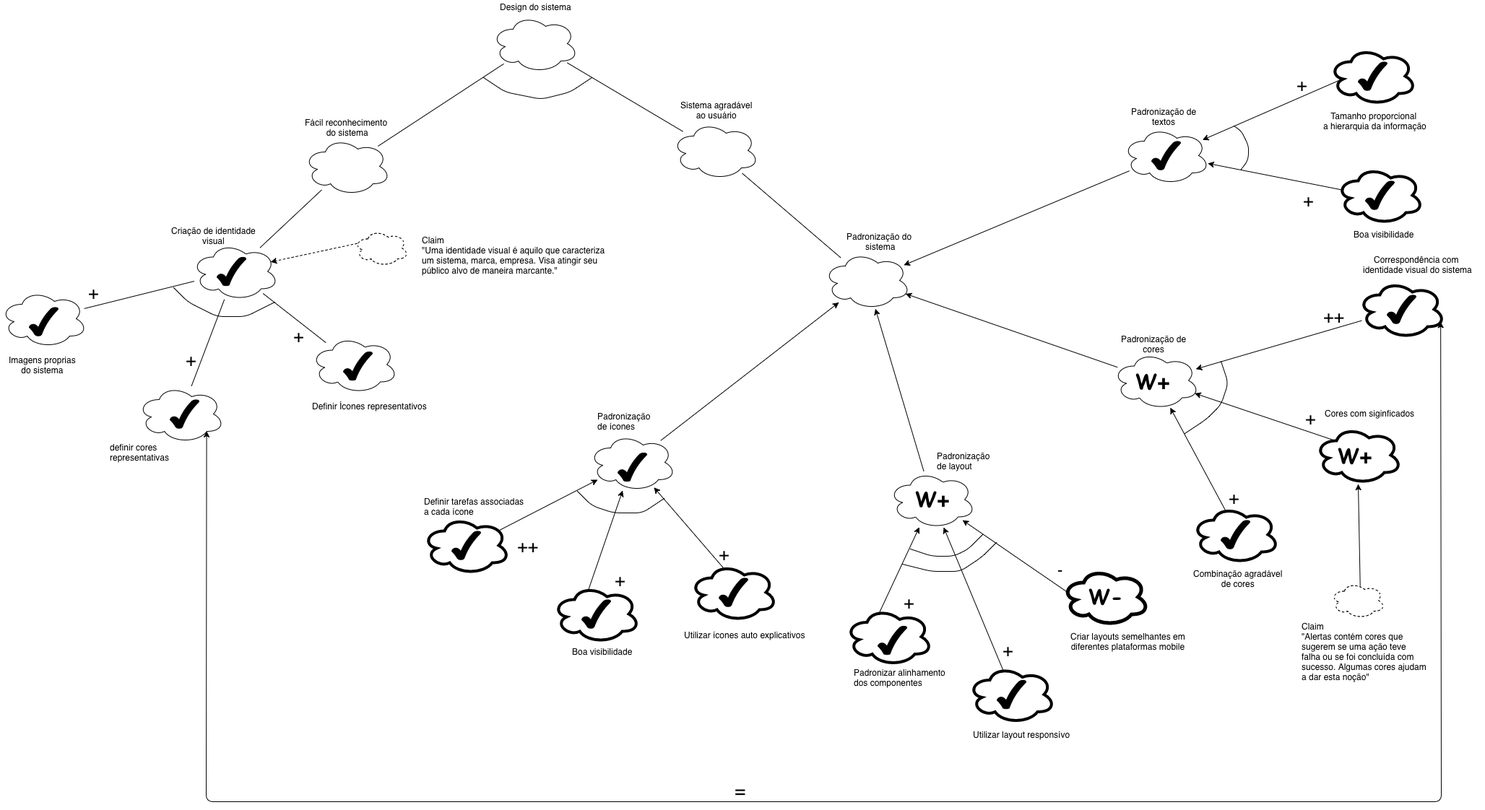
This is docs/img/nfr/nfr_design_v2.png from fga-disciplinas/2019.1-Guia-Bolso, a draw.io export, as it was before one commit. Source tidied: cells renumbered, new cells last; positions are measured from the earlier drawing's top-left corner, leaving out a move shared by most shapes.
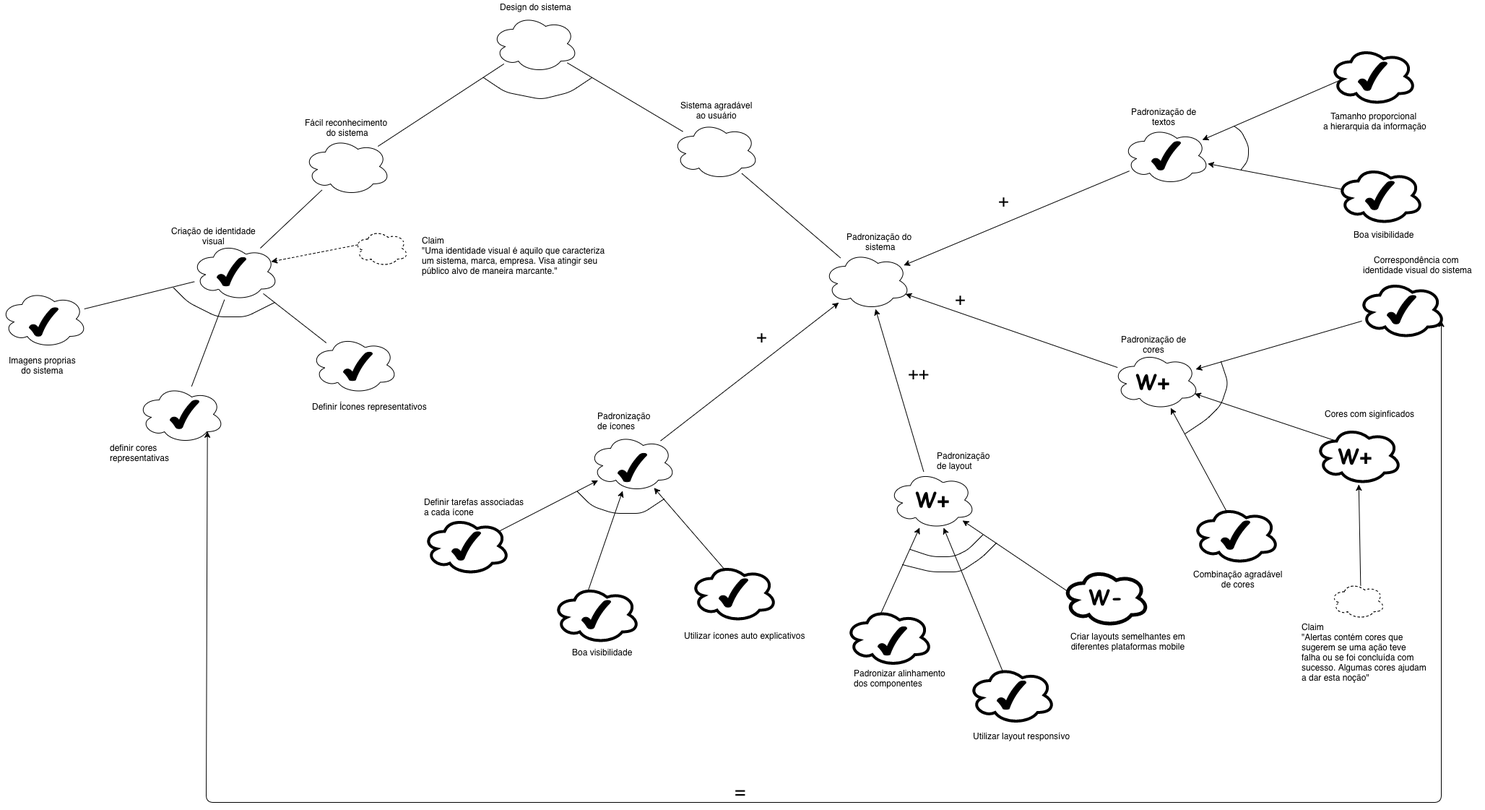
The same diagram one commit later.

Commit message:
Aletrado v2 do nfr de design

The edit, as a diff of the source:
```diff
@@ -233,48 +233,18 @@
     <mxCell id="78" style="endArrow=none;html=1;" parent="1" edge="1" source="67" target="73">
       <mxGeometry relative="1" as="geometry" />
     </mxCell>
-    <mxCell id="79" value="&lt;font style=&quot;font-size: 25px&quot;&gt;+&lt;/font&gt;" style="text;html=1;align=left;verticalAlign=top;spacingTop=-4;" parent="1" vertex="1">
-      <mxGeometry x="1249" y="817" width="30" height="20" as="geometry" />
-    </mxCell>
-    <mxCell id="80" value="&lt;font style=&quot;font-size: 22px&quot;&gt;-&lt;/font&gt;" style="text;html=1;align=left;verticalAlign=top;spacingTop=-4;" parent="1" vertex="1">
-      <mxGeometry x="1462" y="774" width="20" height="20" as="geometry" />
-    </mxCell>
-    <mxCell id="81" value="&lt;font style=&quot;font-size: 25px&quot;&gt;+&lt;/font&gt;" style="text;html=1;align=left;verticalAlign=top;spacingTop=-4;" parent="1" vertex="1">
-      <mxGeometry x="1386" y="883" width="30" height="20" as="geometry" />
-    </mxCell>
-    <mxCell id="82" value="&lt;font style=&quot;font-size: 25px&quot;&gt;+&lt;/font&gt;" style="text;html=1;align=left;verticalAlign=top;spacingTop=-4;strokeWidth=1;" parent="1" vertex="1">
-      <mxGeometry x="993" y="750" width="30" height="20" as="geometry" />
-    </mxCell>
-    <mxCell id="83" value="&lt;font style=&quot;font-size: 25px&quot;&gt;+&lt;/font&gt;" style="text;html=1;align=left;verticalAlign=top;spacingTop=-4;strokeWidth=1;" parent="1" vertex="1">
-      <mxGeometry x="849" y="786" width="30" height="20" as="geometry" />
-    </mxCell>
-    <mxCell id="84" value="&lt;font style=&quot;font-size: 25px&quot;&gt;++&lt;/font&gt;" style="text;html=1;align=left;verticalAlign=top;spacingTop=-4;strokeWidth=1;" parent="1" vertex="1">
-      <mxGeometry x="714" y="739" width="40" height="20" as="geometry" />
-    </mxCell>
     <mxCell id="85" value="&lt;font style=&quot;font-size: 25px&quot;&gt;+&lt;/font&gt;" style="text;html=1;align=left;verticalAlign=top;spacingTop=-4;" parent="1" vertex="1">
-      <mxGeometry x="1699" y="672" width="30" height="20" as="geometry" />
+      <mxGeometry x="1320" y="395.5" width="30" height="20" as="geometry" />
     </mxCell>
     <mxCell id="86" value="&lt;font style=&quot;font-size: 25px&quot;&gt;+&lt;/font&gt;" style="text;html=1;align=left;verticalAlign=top;spacingTop=-4;" parent="1" vertex="1">
-      <mxGeometry x="1805" y="561.5" width="30" height="20" as="geometry" />
+      <mxGeometry x="1045" y="448" width="30" height="20" as="geometry" />
     </mxCell>
     <mxCell id="87" value="&lt;font style=&quot;font-size: 25px&quot;&gt;++&lt;/font&gt;" style="text;html=1;align=left;verticalAlign=top;spacingTop=-4;" parent="1" vertex="1">
-      <mxGeometry x="1829.5" y="421" width="40" height="20" as="geometry" />
+      <mxGeometry x="1255" y="499" width="40" height="20" as="geometry" />
     </mxCell>
     <mxCell id="88" value="&lt;font style=&quot;font-size: 25px&quot;&gt;+&lt;/font&gt;" style="text;html=1;align=left;verticalAlign=top;spacingTop=-4;" parent="1" vertex="1">
-      <mxGeometry x="1802" y="260" width="30" height="20" as="geometry" />
+      <mxGeometry x="1380" y="260" width="30" height="20" as="geometry" />
     </mxCell>
-    <mxCell id="89" value="&lt;font style=&quot;font-size: 25px&quot;&gt;+&lt;/font&gt;" style="text;html=1;align=left;verticalAlign=top;spacingTop=-4;" parent="1" vertex="1">
-      <mxGeometry x="1793" y="100" width="30" height="20" as="geometry" />
-    </mxCell>
-    <mxCell id="90" value="&lt;font style=&quot;font-size: 25px&quot;&gt;+&lt;/font&gt;" style="text;html=1;align=left;verticalAlign=top;spacingTop=-4;" parent="1" vertex="1">
-      <mxGeometry x="404" y="448" width="30" height="20" as="geometry" />
-    </mxCell>
-    <mxCell id="91" value="&lt;font style=&quot;font-size: 25px&quot;&gt;+&lt;/font&gt;" style="text;html=1;align=left;verticalAlign=top;spacingTop=-4;" parent="1" vertex="1">
-      <mxGeometry x="255" y="481" width="30" height="20" as="geometry" />
-    </mxCell>
-    <mxCell id="92" value="&lt;font style=&quot;font-size: 25px&quot;&gt;+&lt;/font&gt;" style="text;html=1;align=left;verticalAlign=top;spacingTop=-4;" parent="1" vertex="1">
-      <mxGeometry x="120" y="388" width="30" height="20" as="geometry" />
-    </mxCell>
     <mxCell id="93" style="endArrow=none;html=1;" parent="1" edge="1">
       <mxGeometry relative="1" as="geometry">
         <mxPoint x="799" y="680" as="sourcePoint" />
```
